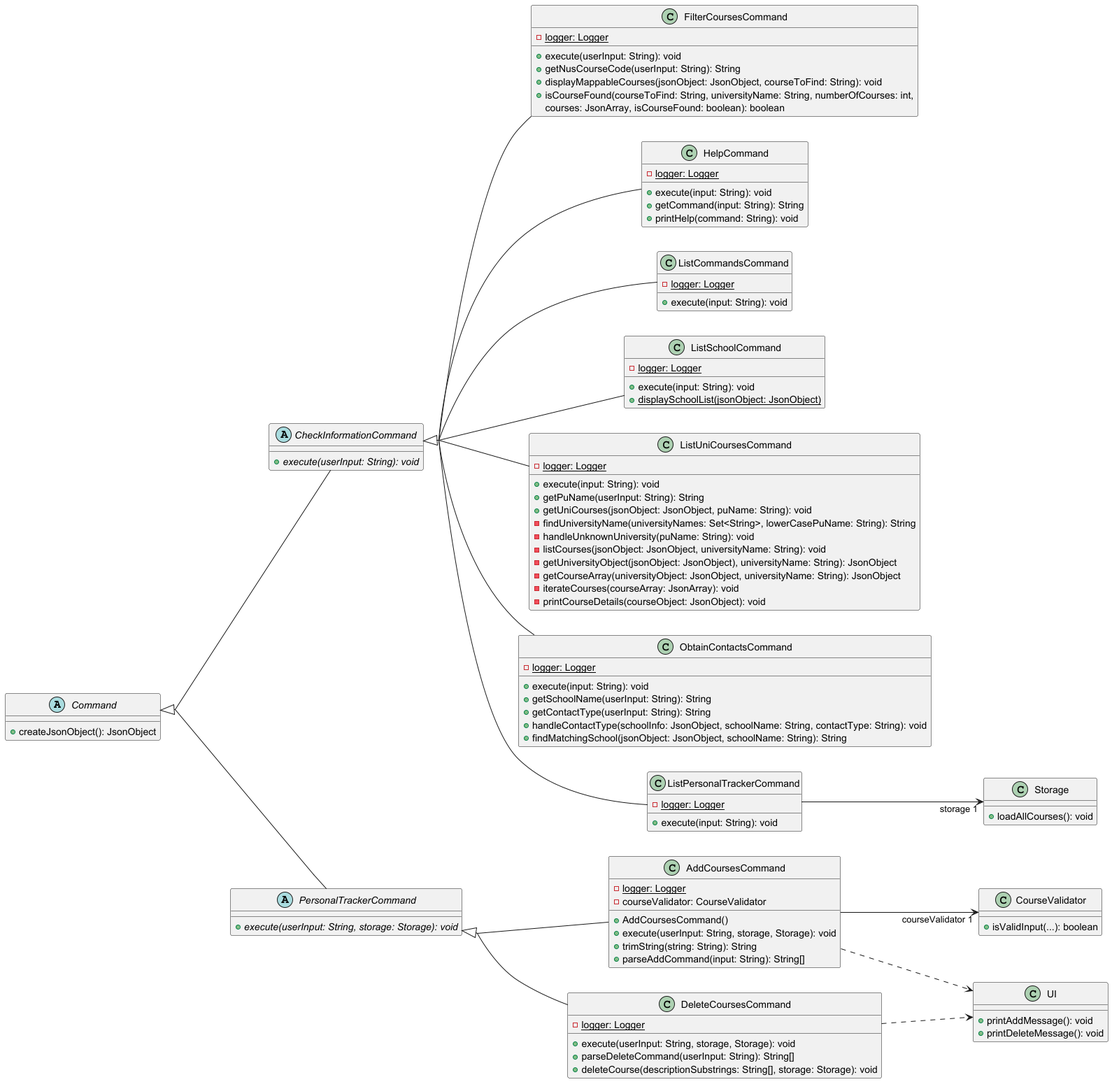
nus-cs2113-AY2425S1/tp keeps this PlantUML diagram as docs/images/CommandClass.png. Above is the earlier version.
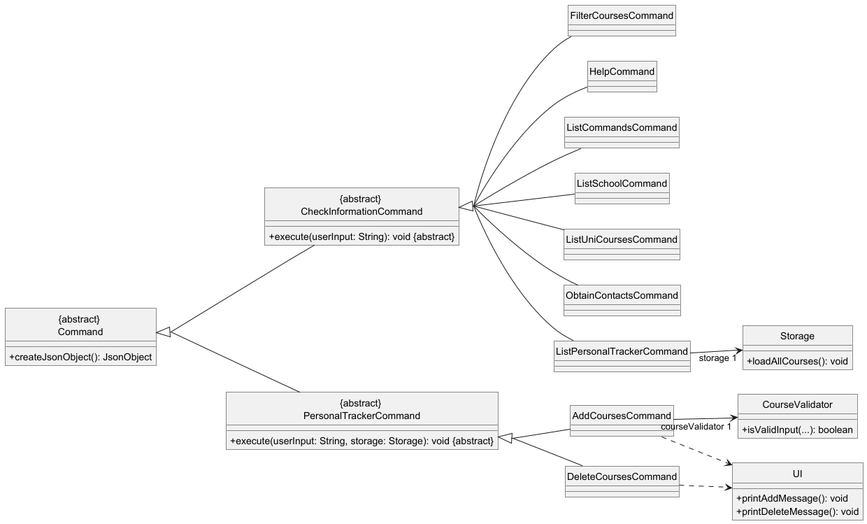
Later version of the same file.

Commit message:
Update command class diagram image

What changed in the source:
```diff
@@ -1,89 +1,36 @@
 @startuml
-skinparam groupInheritance 2
+!include .ClassDiagram.config
 left to right direction
 
-abstract class Command {
+class Command as "{abstract} \nCommand"{
     +createJsonObject(): JsonObject
 }
 
-abstract class CheckInformationCommand extends Command {
-    +execute(userInput: String): void {abstract}
+class CheckInformationCommand as "{abstract} \nCheckInformationCommand" extends Command {
+    +execute(userInput: String): void ABSTRACT
 }
 
-class FilterCoursesCommand extends CheckInformationCommand {
-    -logger: Logger {static}
-    +execute(userInput: String): void
-    +getNusCourseCode(userInput: String): String
-    +displayMappableCourses(jsonObject: JsonObject, courseToFind: String): void
-    +isCourseFound(courseToFind: String, universityName: String, numberOfCourses: int,
-         courses: JsonArray, isCourseFound: boolean): boolean
+class PersonalTrackerCommand as "{abstract} \nPersonalTrackerCommand" extends Command {
+    +execute(userInput: String, storage: Storage): void ABSTRACT
 }
 
-class HelpCommand extends CheckInformationCommand {
-    -logger: Logger {static}
-    +execute(input: String): void
-    +getCommand(input: String): String
-    +printHelp(command: String): void
-}
+class FilterCoursesCommand extends CheckInformationCommand
 
-class ListCommandsCommand extends CheckInformationCommand {
-    -logger: Logger {static}
-    +execute(input: String): void
-}
+class HelpCommand extends CheckInformationCommand
 
-class ListSchoolCommand extends CheckInformationCommand {
-    -logger: Logger {static}
-    +execute(input: String): void
-    +displaySchoolList(jsonObject: JsonObject) {static}
-}
+class ListCommandsCommand extends CheckInformationCommand
 
-class ListUniCoursesCommand extends CheckInformationCommand {
-    -logger: Logger {static}
-    +execute(input: String): void
-    +getPuName(userInput: String): String
-    +getUniCourses(jsonObject: JsonObject, puName: String): void
-    -findUniversityName(universityNames: Set<String>, lowerCasePuName: String): String
-    -handleUnknownUniversity(puName: String): void
-    -listCourses(jsonObject: JsonObject, universityName: String): void
-    -getUniversityObject(jsonObject: JsonObject), universityName: String): JsonObject
-    -getCourseArray(universityObject: JsonObject, universityName: String): JsonObject
-    -iterateCourses(courseArray: JsonArray): void
-    -printCourseDetails(courseObject: JsonObject): void
-}
+class ListSchoolCommand extends CheckInformationCommand
 
-class ObtainContactsCommand extends CheckInformationCommand {
-    -logger: Logger {static}
-    +execute(input: String): void
-    +getSchoolName(userInput: String): String
-    +getContactType(userInput: String): String
-    +handleContactType(schoolInfo: JsonObject, schoolName: String, contactType: String): void
-    +findMatchingSchool(jsonObject: JsonObject, schoolName: String): String
-}
+class ListUniCoursesCommand extends CheckInformationCommand
 
-abstract class PersonalTrackerCommand extends Command {
-    +execute(userInput: String, storage: Storage): void {abstract}
-}
+class ObtainContactsCommand extends CheckInformationCommand
 
-class AddCoursesCommand extends PersonalTrackerCommand {
-    -logger: Logger {static}
-    -courseValidator: CourseValidator
-    +AddCoursesCommand()
-    +execute(userInput: String, storage, Storage): void
-    +trimString(string: String): String
-    +parseAddCommand(input: String): String[]
-}
+class AddCoursesCommand extends PersonalTrackerCommand
 
-class DeleteCoursesCommand extends PersonalTrackerCommand {
-    -logger: Logger {static}
-    +execute(userInput: String, storage, Storage): void
-    +parseDeleteCommand(userInput: String): String[]
-    +deleteCourse(descriptionSubstrings: String[], storage: Storage): void
-}
+class DeleteCoursesCommand extends PersonalTrackerCommand
 
-class ListPersonalTrackerCommand extends CheckInformationCommand {
-    -logger: Logger {static}
-    +execute(input: String): void
-}
+class ListPersonalTrackerCommand extends CheckInformationCommand
 
 ListPersonalTrackerCommand --> "storage 1" Storage
 Storage : +loadAllCourses(): void
```
